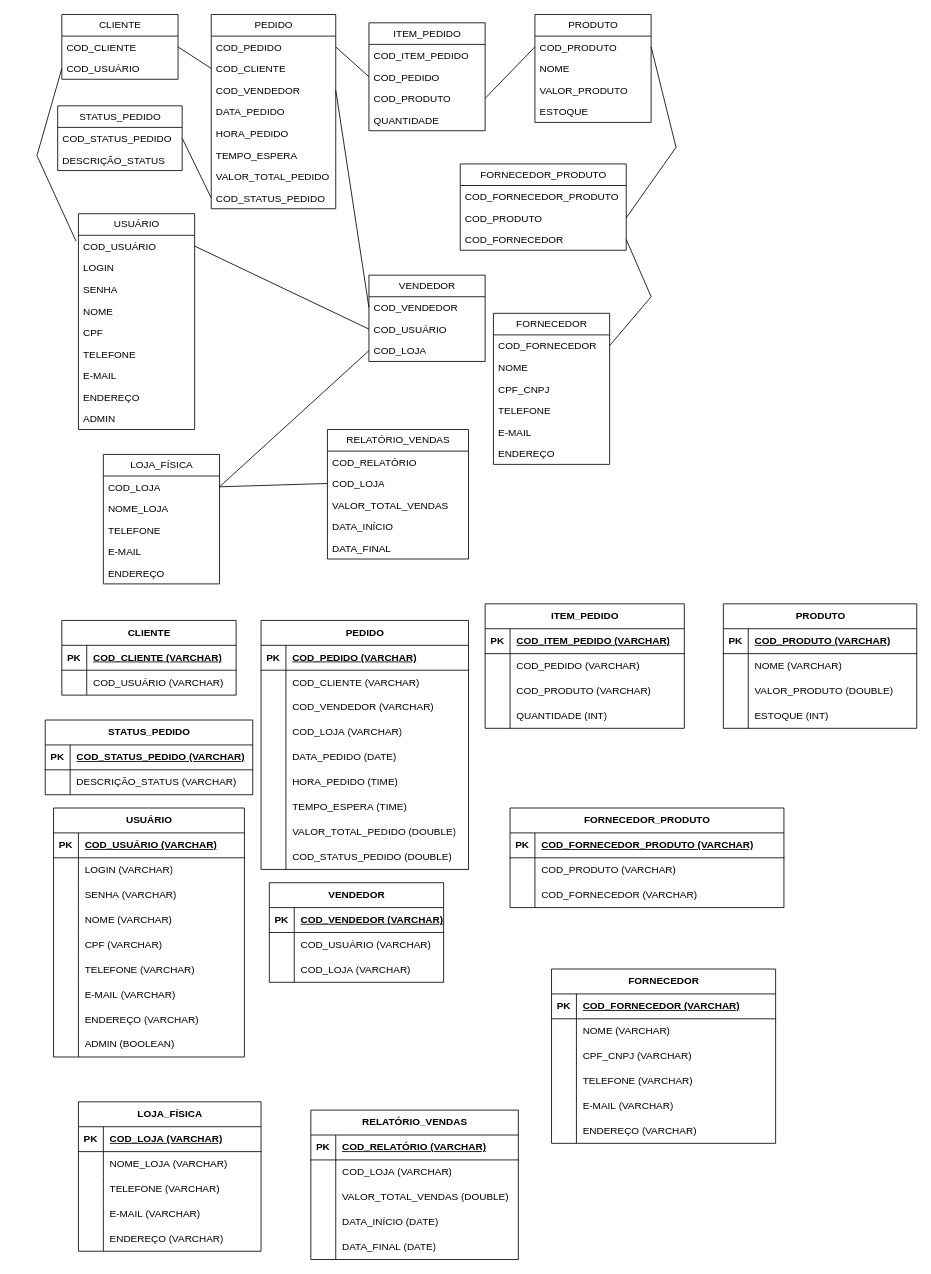
Earlier version of the draw.io diagram BD ZÉ DELIVERY.drawio (jennifergomes/BD). Source tidied: cells renumbered, new cells numbered last; positions are measured from the earlier drawing's top-left corner, leaving out a move shared by most shapes. Both pictures are drawn from the tidied source at 83%, with x=0, y=0 at pixel (37, 14).
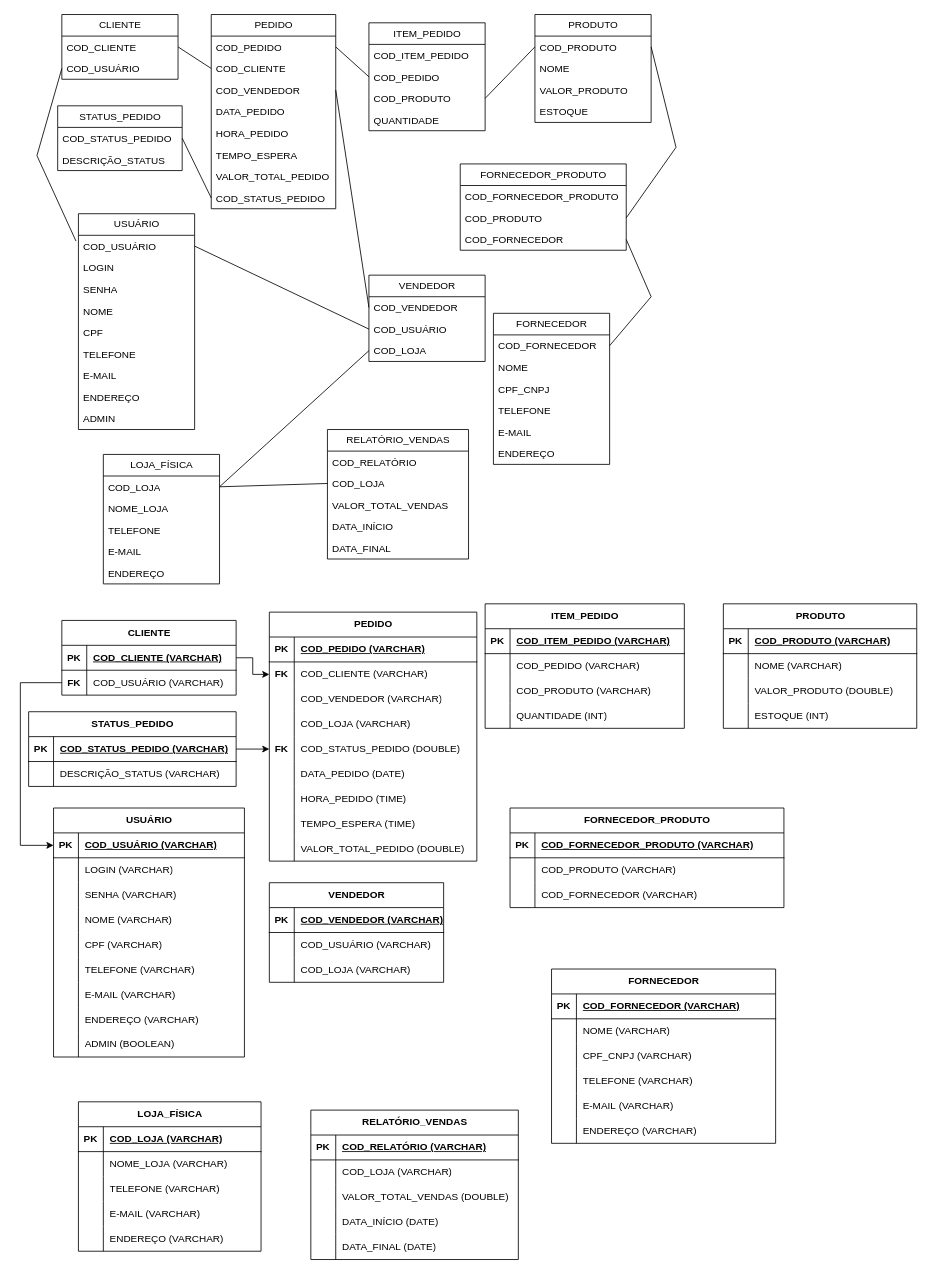
The same page after the edit.

Unchanged cells that the change refers to:
```xml
<mxCell id="127" style="shape=tableRow;horizontal=0;startSize=0;swimlaneHead=0;swimlaneBody=0;fillColor=none;points=[[0,0.5],[1,0.5]];portConstraint=eastwest;top=0;left=0;right=0;bottom=1;" parent="126" vertex="1">
  <mxGeometry y="30" width="230" height="30" as="geometry" />
</mxCell>
<mxCell id="165" style="shape=tableRow;horizontal=0;startSize=0;swimlaneHead=0;swimlaneBody=0;fillColor=none;points=[[0,0.5],[1,0.5]];portConstraint=eastwest;top=0;left=0;right=0;bottom=1;" parent="164" vertex="1">
  <mxGeometry y="30" width="250" height="30" as="geometry" />
</mxCell>
<mxCell id="172" style="shape=tableRow;horizontal=0;startSize=0;swimlaneHead=0;swimlaneBody=0;fillColor=none;points=[[0,0.5],[1,0.5]];portConstraint=eastwest;top=0;left=0;right=0;bottom=1;" parent="171" vertex="1">
  <mxGeometry y="30" width="210" height="30" as="geometry" />
</mxCell>
<mxCell id="175" style="shape=tableRow;horizontal=0;startSize=0;swimlaneHead=0;swimlaneBody=0;fillColor=none;points=[[0,0.5],[1,0.5]];portConstraint=eastwest;top=0;left=0;right=0;bottom=0;" parent="171" vertex="1">
  <mxGeometry y="60" width="210" height="30" as="geometry" />
</mxCell>
<mxCell id="182" style="shape=tableRow;horizontal=0;startSize=0;swimlaneHead=0;swimlaneBody=0;fillColor=none;points=[[0,0.5],[1,0.5]];portConstraint=eastwest;top=0;left=0;right=0;bottom=0;" parent="178" vertex="1">
  <mxGeometry y="60" width="250" height="30" as="geometry" />
</mxCell>
```

Change to the diagram source:
```diff
@@
     <mxCell id="164" value="STATUS_PEDIDO" style="shape=table;startSize=30;childLayout=tableLayout;rowLines=0;fontStyle=1;align=center;html=1;" parent="1" vertex="1">
-      <mxGeometry x="10" y="850" width="250" height="90" as="geometry" />
+      <mxGeometry x="-10" y="840" width="250" height="90" as="geometry" />
     </mxCell>
@@
-    <mxCell id="176" style="shape=partialRectangle;fillColor=none;top=0;left=0;bottom=0;right=0;overflow=hidden;whiteSpace=wrap;html=1;" parent="175" vertex="1">
+    <mxCell id="176" value="&lt;b&gt;FK&lt;/b&gt;" style="shape=partialRectangle;fillColor=none;top=0;left=0;bottom=0;right=0;overflow=hidden;whiteSpace=wrap;html=1;" parent="175" vertex="1">
       <mxGeometry width="30" height="30" as="geometry" />
     </mxCell>
@@
     <mxCell id="178" value="PEDIDO" style="shape=table;startSize=30;childLayout=tableLayout;rowLines=0;fontStyle=1;align=center;html=1;" parent="1" vertex="1">
-      <mxGeometry x="270" y="730" width="250" height="300" as="geometry" />
+      <mxGeometry x="280" y="720" width="250" height="300" as="geometry" />
     </mxCell>
@@
-    <mxCell id="183" style="shape=partialRectangle;fillColor=none;top=0;left=0;bottom=0;right=0;overflow=hidden;whiteSpace=wrap;html=1;" parent="182" vertex="1">
+    <mxCell id="183" value="&lt;b&gt;FK&lt;/b&gt;" style="shape=partialRectangle;fillColor=none;top=0;left=0;bottom=0;right=0;overflow=hidden;whiteSpace=wrap;html=1;" parent="182" vertex="1">
       <mxGeometry width="30" height="30" as="geometry" />
     </mxCell>
@@
+    <mxCell id="203" style="shape=tableRow;horizontal=0;startSize=0;swimlaneHead=0;swimlaneBody=0;fillColor=none;points=[[0,0.5],[1,0.5]];portConstraint=eastwest;top=0;left=0;right=0;bottom=0;" parent="178" vertex="1">
+      <mxGeometry y="150" width="250" height="30" as="geometry" />
+    </mxCell>
+    <mxCell id="204" value="&lt;b&gt;FK&lt;/b&gt;" style="shape=partialRectangle;fillColor=none;top=0;left=0;bottom=0;right=0;overflow=hidden;whiteSpace=wrap;html=1;" parent="203" vertex="1">
+      <mxGeometry width="30" height="30" as="geometry" />
+    </mxCell>
+    <mxCell id="205" value="COD_STATUS_PEDIDO&amp;nbsp;(DOUBLE)" style="shape=partialRectangle;fillColor=none;top=0;left=0;bottom=0;right=0;align=left;spacingLeft=6;overflow=hidden;whiteSpace=wrap;html=1;" parent="203" vertex="1">
+      <mxGeometry x="30" width="220" height="30" as="geometry" />
+    </mxCell>
     <mxCell id="191" style="shape=tableRow;horizontal=0;startSize=0;swimlaneHead=0;swimlaneBody=0;fillColor=none;top=0;left=0;right=0;bottom=0;" parent="178" vertex="1">
-      <mxGeometry y="150" width="250" height="30" as="geometry" />
+      <mxGeometry y="180" width="250" height="30" as="geometry" />
     </mxCell>
@@
     <mxCell id="194" style="shape=tableRow;horizontal=0;startSize=0;swimlaneHead=0;swimlaneBody=0;fillColor=none;top=0;left=0;right=0;bottom=0;" parent="178" vertex="1">
-      <mxGeometry y="180" width="250" height="30" as="geometry" />
+      <mxGeometry y="210" width="250" height="30" as="geometry" />
     </mxCell>
@@
     <mxCell id="197" style="shape=tableRow;horizontal=0;startSize=0;swimlaneHead=0;swimlaneBody=0;fillColor=none;top=0;left=0;right=0;bottom=0;" parent="178" vertex="1">
-      <mxGeometry y="210" width="250" height="30" as="geometry" />
+      <mxGeometry y="240" width="250" height="30" as="geometry" />
     </mxCell>
@@
     <mxCell id="200" style="shape=tableRow;horizontal=0;startSize=0;swimlaneHead=0;swimlaneBody=0;fillColor=none;top=0;left=0;right=0;bottom=0;" parent="178" vertex="1">
-      <mxGeometry y="240" width="250" height="30" as="geometry" />
+      <mxGeometry y="270" width="250" height="30" as="geometry" />
     </mxCell>
@@
-    <mxCell id="203" style="shape=tableRow;horizontal=0;startSize=0;swimlaneHead=0;swimlaneBody=0;fillColor=none;points=[[0,0.5],[1,0.5]];portConstraint=eastwest;top=0;left=0;right=0;bottom=0;" parent="178" vertex="1">
-      <mxGeometry y="270" width="250" height="30" as="geometry" />
-    </mxCell>
-    <mxCell id="204" style="shape=partialRectangle;fillColor=none;top=0;left=0;bottom=0;right=0;overflow=hidden;whiteSpace=wrap;html=1;" parent="203" vertex="1">
-      <mxGeometry width="30" height="30" as="geometry" />
-    </mxCell>
-    <mxCell id="205" value="COD_STATUS_PEDIDO&amp;nbsp;(DOUBLE)" style="shape=partialRectangle;fillColor=none;top=0;left=0;bottom=0;right=0;align=left;spacingLeft=6;overflow=hidden;whiteSpace=wrap;html=1;" parent="203" vertex="1">
-      <mxGeometry x="30" width="220" height="30" as="geometry" />
-    </mxCell>
@@
+    <mxCell id="242" style="edgeStyle=orthogonalEdgeStyle;rounded=0;jettySize=auto;html=1;entryX=0;entryY=0.5;entryDx=0;entryDy=0;" parent="1" edge="1" source="175" target="127">
+      <mxGeometry relative="1" as="geometry">
+        <Array as="points">
+          <mxPoint x="-20" y="805" />
+          <mxPoint x="-20" y="1001" />
+        </Array>
+      </mxGeometry>
+    </mxCell>
+    <mxCell id="243" style="edgeStyle=orthogonalEdgeStyle;rounded=0;jettySize=auto;html=1;entryX=0;entryY=0.5;entryDx=0;entryDy=0;" parent="1" edge="1" source="172" target="182">
+      <mxGeometry relative="1" as="geometry" />
+    </mxCell>
+    <mxCell id="244" style="edgeStyle=orthogonalEdgeStyle;rounded=0;jettySize=auto;html=1;entryX=0;entryY=0.5;entryDx=0;entryDy=0;" parent="1" edge="1" source="165" target="203">
+      <mxGeometry relative="1" as="geometry" />
+    </mxCell>
```
